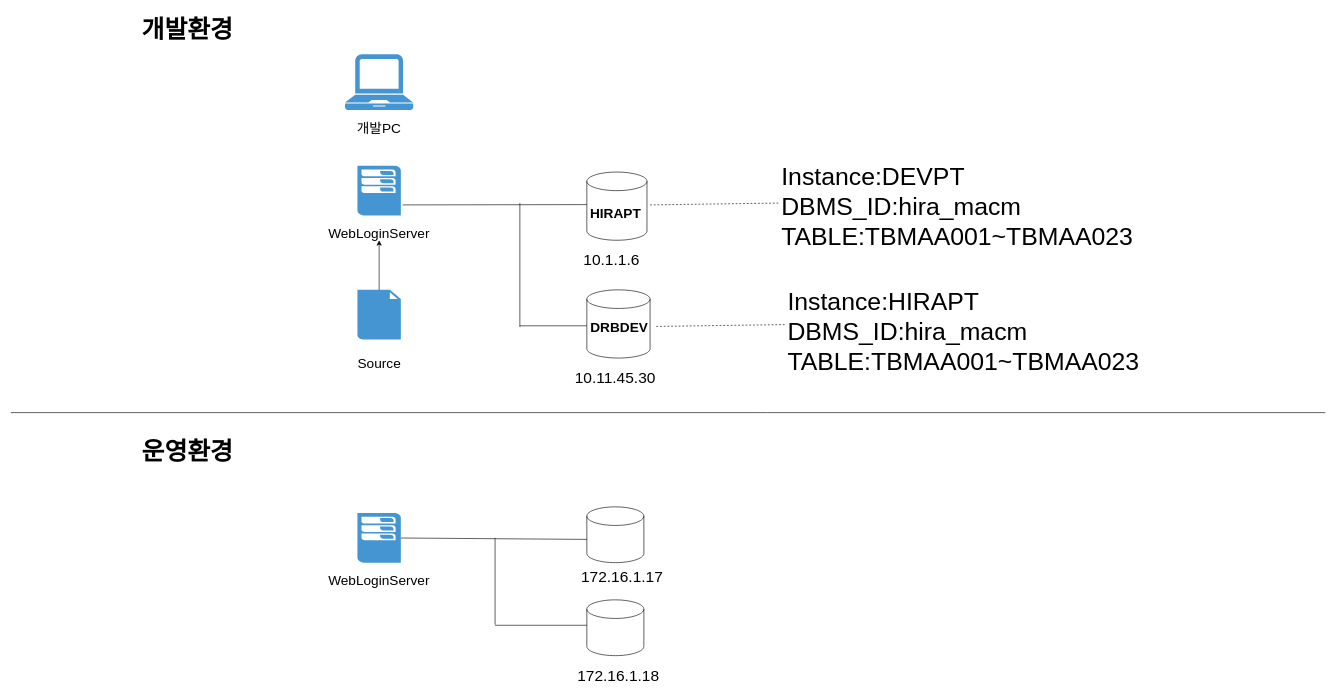
Earlier version of the draw.io diagram Untitled Diagram.drawio (jaeminLee524/web1). Source tidied: cells renumbered, new cells numbered last; positions are measured from the earlier drawing's top-left corner, leaving out a move shared by most shapes. Both pictures are drawn from the tidied source at 62%, with x=0, y=0 at pixel (11, 11).
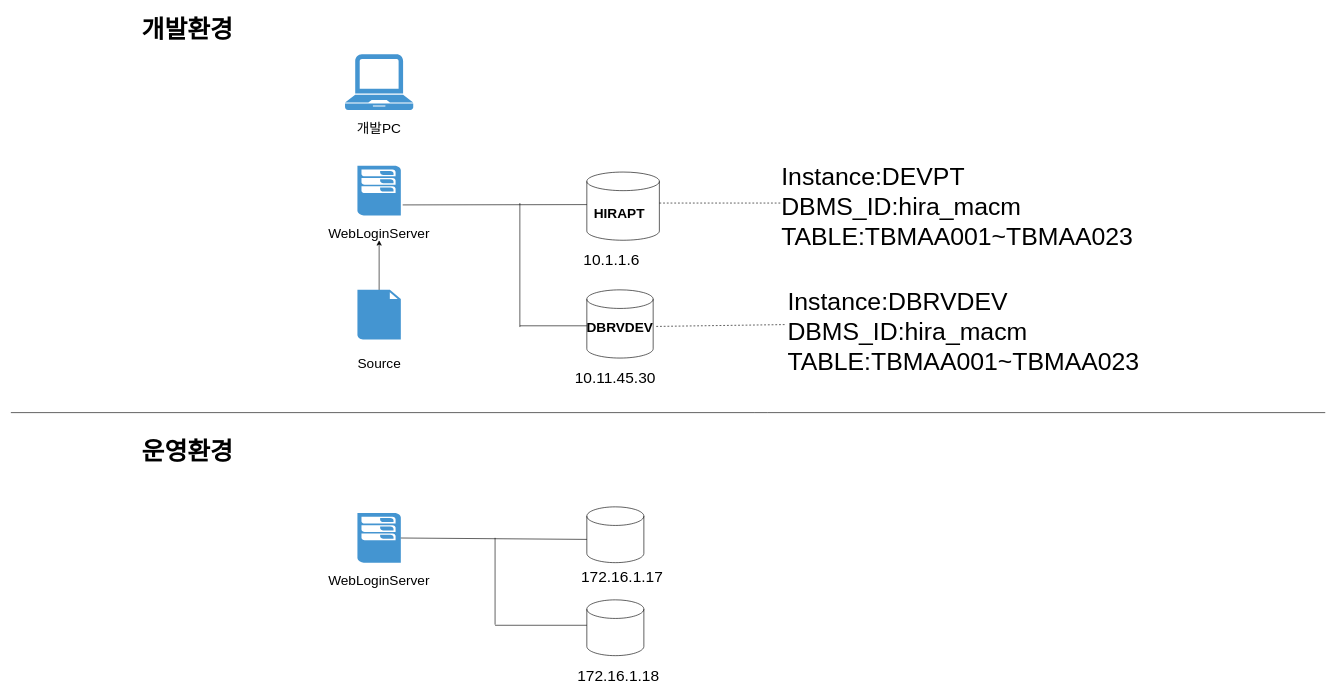
The same page after the edit.

Commit message:
의료급여사례관리사업지원단\

What changed in the source:
```diff
@@
     <mxCell id="2" style="shape=cylinder3;whiteSpace=wrap;html=1;boundedLbl=1;backgroundOutline=1;size=15;fontSize=22;spacing=2;verticalAlign=top;" parent="1" vertex="1">
-      <mxGeometry x="929" y="260" width="97" height="110" as="geometry" />
+      <mxGeometry x="929" y="260" width="117" height="110" as="geometry" />
     </mxCell>
     <mxCell id="3" style="shape=cylinder3;whiteSpace=wrap;html=1;boundedLbl=1;backgroundOutline=1;size=15;fontSize=22;spacing=2;verticalAlign=top;" parent="1" vertex="1">
-      <mxGeometry x="929" y="450" width="102" height="110" as="geometry" />
+      <mxGeometry x="929" y="450" width="107" height="110" as="geometry" />
     </mxCell>
@@
     <mxCell id="24" value="HIRAPT" style="text;strokeColor=none;fillColor=none;html=1;fontSize=22;fontStyle=1;verticalAlign=top;align=center;spacing=2;" parent="1" vertex="1">
-      <mxGeometry x="925" y="308" width="100" height="40" as="geometry" />
+      <mxGeometry x="931" y="307" width="100" height="40" as="geometry" />
     </mxCell>
-    <mxCell id="25" value="DRBDEV" style="text;strokeColor=none;fillColor=none;html=1;fontSize=22;fontStyle=1;verticalAlign=top;align=center;spacing=2;" parent="1" vertex="1">
-      <mxGeometry x="931" y="491" width="100" height="40" as="geometry" />
+    <mxCell id="25" value="DBRVDEV" style="text;strokeColor=none;fillColor=none;html=1;fontSize=22;fontStyle=1;verticalAlign=top;align=center;spacing=2;" parent="1" vertex="1">
+      <mxGeometry x="932" y="491" width="100" height="40" as="geometry" />
     </mxCell>
@@
-    <mxCell id="29" style="endArrow=none;dashed=1;html=1;fontSize=40;entryX=0;entryY=0.5;entryDx=0;entryDy=0;exitX=1;exitY=0.25;exitDx=0;exitDy=0;" parent="1" edge="1">
+    <mxCell id="29" style="endArrow=none;dashed=1;html=1;fontSize=40;entryX=0;entryY=0.5;entryDx=0;entryDy=0;" parent="1" edge="1">
       <mxGeometry relative="1" as="geometry">
-        <mxPoint x="1031" y="313" as="sourcePoint" />
+        <mxPoint x="1046" y="310" as="sourcePoint" />
         <mxPoint x="1241" y="310" as="targetPoint" />
       </mxGeometry>
     </mxCell>
-    <mxCell id="30" value="&lt;br&gt;Instance:HIRAPT&lt;br&gt;DBMS_ID:hira_macm&lt;br&gt;TABLE:TBMAA001~TBMAA023&lt;br&gt;" style="text;html=1;strokeColor=none;fillColor=none;align=left;verticalAlign=middle;whiteSpace=wrap;rounded=0;fontSize=40;" parent="1" vertex="1">
+    <mxCell id="30" value="&lt;br&gt;Instance:DBRVDEV&lt;br&gt;DBMS_ID:hira_macm&lt;br&gt;TABLE:TBMAA001~TBMAA023" style="text;html=1;strokeColor=none;fillColor=none;align=left;verticalAlign=middle;whiteSpace=wrap;rounded=0;fontSize=40;" parent="1" vertex="1">
       <mxGeometry x="1251" y="406.5" width="580" height="171" as="geometry" />
     </mxCell>
```
